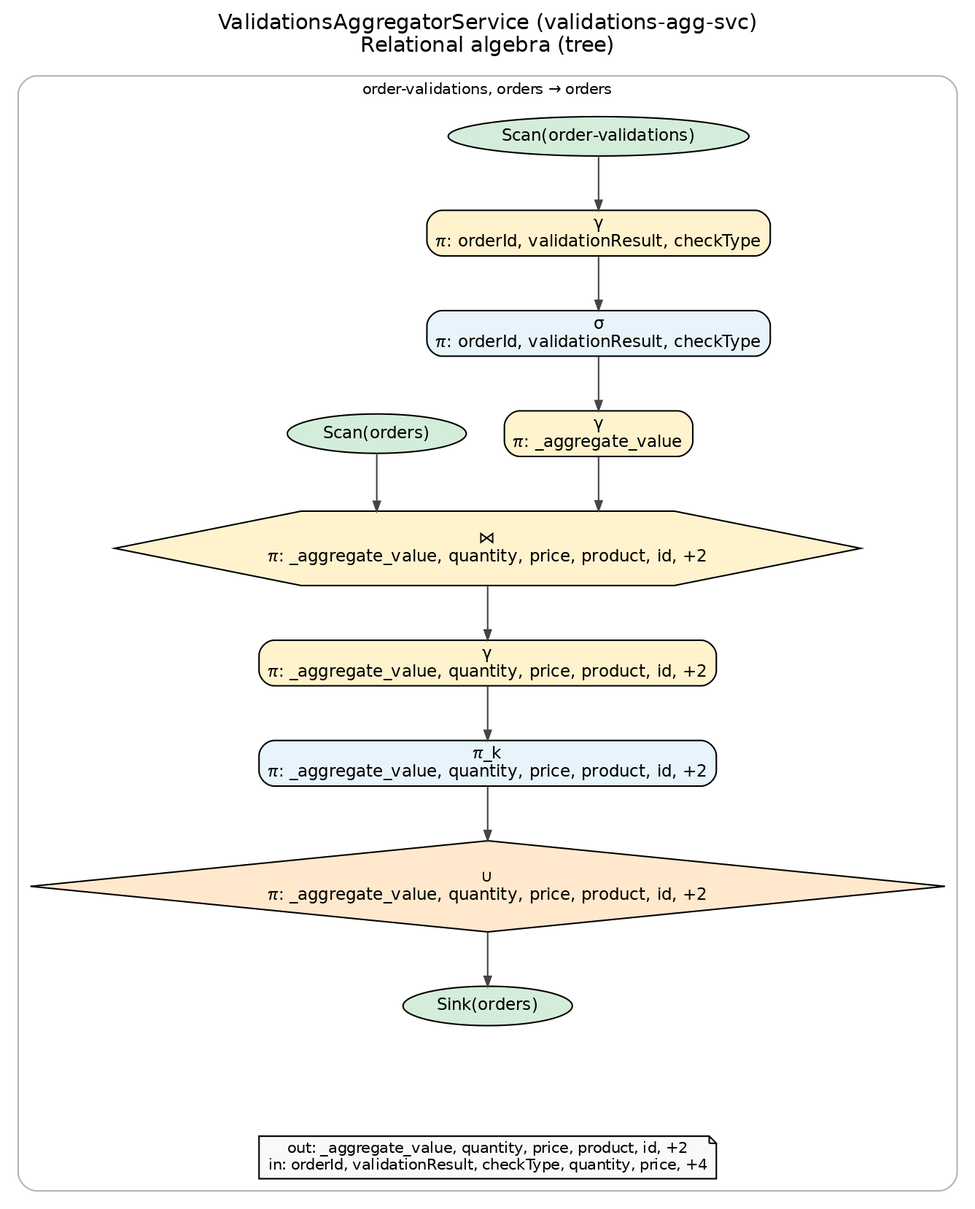
Above: docs/difc-ra-diagrams/validations-agg-svc-ra-flow.png in Coder2002-MSAdithya/kafka-streams-examples (Graphviz), before the change. Its source is kept beside it as docs/difc-ra-diagrams/validations-agg-svc-ra-flow.dot.
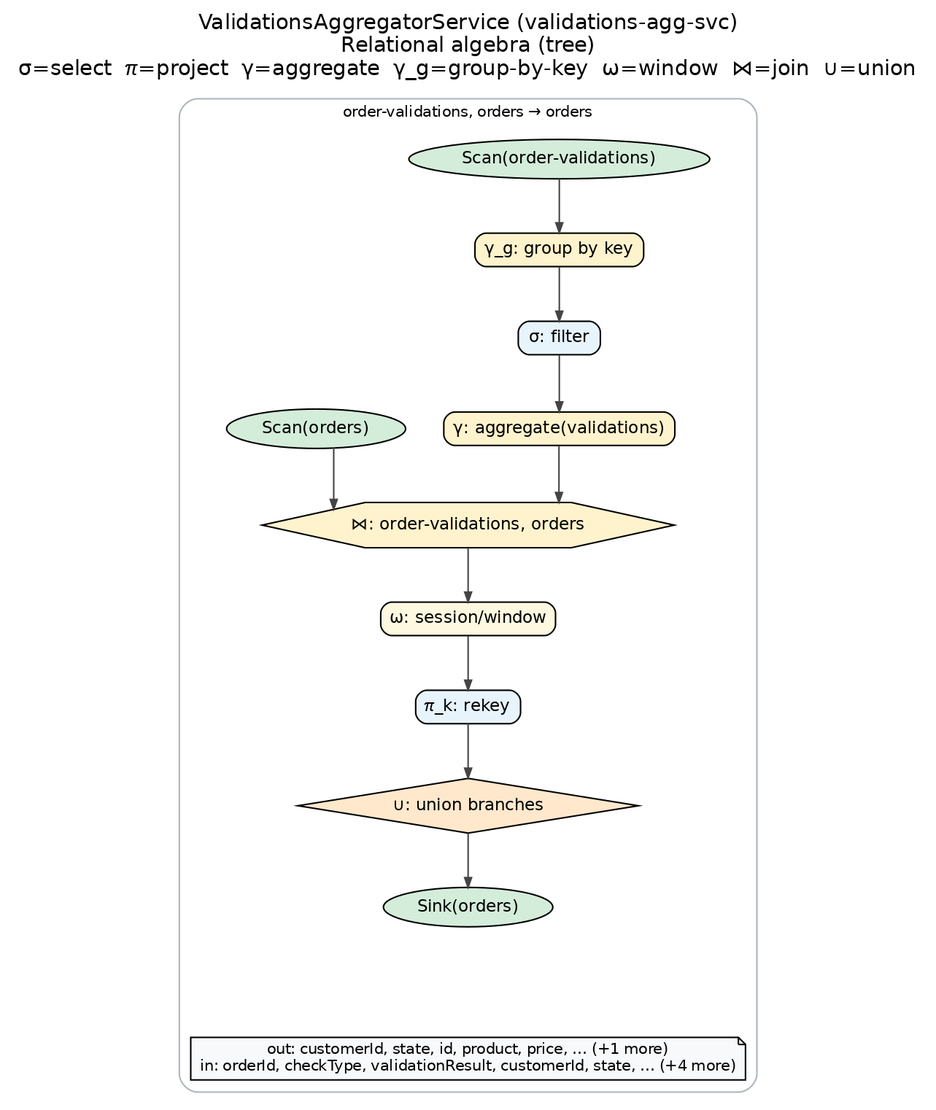
After the change.

The edit, as a diff of the source:
```diff
@@ -2,35 +2,35 @@
   graph [rankdir=TB, bgcolor="white", fontname="Helvetica", splines=ortho, nodesep=0.35, ranksep=0.5, ordering="out"];
   node [fontname="Helvetica", fontsize=11, style=filled, height=0.3, margin="0.08,0.04"];
   edge [fontname="Helvetica", color="#444444", arrowsize=0.65];
-  label="ValidationsAggregatorService (validations-agg-svc)\nRelational algebra (tree)";
+  label="ValidationsAggregatorService (validations-agg-svc)\nRelational algebra (tree)\nσ=select  π=project  γ=aggregate  γ_g=group-by-key  ω=window  ⋈=join  ∪=union";
   labelloc=t;
   fontsize=14;
   subgraph cluster_0 {
     label="order-validations, orders → orders"; style=rounded; color="#adb5bd"; fontsize=10;
-    r0t0 [label="Sink(orders)", shape=ellipse, style="filled", fillcolor="#d4edda"];
-    r0t1 [label="∪\nπ: _aggregate_value, quantity, price, product, id, +2", shape=diamond, style="filled", fillcolor="#ffe8cc"];
-    r0t2 [label="π_k\nπ: _aggregate_value, quantity, price, product, id, +2", shape=box, style="rounded,filled", fillcolor="#e8f4fc"];
-    r0t3 [label="γ\nπ: _aggregate_value, quantity, price, product, id, +2", shape=box, style="rounded,filled", fillcolor="#fff3cd"];
-    r0t4 [label="⋈\nπ: _aggregate_value, quantity, price, product, id, +2", shape=hexagon, style="filled", fillcolor="#fff3cd"];
-    r0t5 [label="γ\nπ: _aggregate_value", shape=box, style="rounded,filled", fillcolor="#fff3cd"];
-    r0t6 [label="σ\nπ: orderId, validationResult, checkType", shape=box, style="rounded,filled", fillcolor="#e8f4fc"];
-    r0t7 [label="γ\nπ: orderId, validationResult, checkType", shape=box, style="rounded,filled", fillcolor="#fff3cd"];
-    r0t8 [label="Scan(order-validations)", shape=ellipse, style="filled", fillcolor="#d4edda"];
-    r0t8 -> r0t7;
-    r0t7 -> r0t6;
-    r0t6 -> r0t5;
-    r0t5 -> r0t4;
-    r0t9 [label="Scan(orders)", shape=ellipse, style="filled", fillcolor="#d4edda"];
-    r0t9 -> r0t4;
-    { rank=same; r0t5; r0t9; }
-    r0t4 -> r0t3;
-    r0t3 -> r0t2;
-    r0t2 -> r0t1;
-    r0t1 -> r0t0;
+    p0_sink_orders [label="Sink(orders)", shape=ellipse, style="filled", fillcolor="#d4edda"];
+    p0_union_1 [label="∪: union branches", shape=diamond, style="filled", fillcolor="#ffe8cc"];
+    p0_rekey_selectkey_2 [label="π_k: rekey", shape=box, style="rounded,filled", fillcolor="#e8f4fc"];
+    p0_window_3 [label="ω: session/window", shape=box, style="rounded,filled", fillcolor="#fff8e1"];
+    p0_join_4 [label="⋈: order-validations, orders", shape=hexagon, style="filled", fillcolor="#fff3cd"];
+    p0_gamma_aggregate_5 [label="γ: aggregate(validations)", shape=box, style="rounded,filled", fillcolor="#fff3cd"];
+    p0_sigma_filter_6 [label="σ: filter", shape=box, style="rounded,filled", fillcolor="#e8f4fc"];
+    p0_group_groupbykey_7 [label="γ_g: group by key", shape=box, style="rounded,filled", fillcolor="#fff3cd"];
+    p0_scan_order_validations [label="Scan(order-validations)", shape=ellipse, style="filled", fillcolor="#d4edda"];
+    p0_scan_order_validations -> p0_group_groupbykey_7;
+    p0_group_groupbykey_7 -> p0_sigma_filter_6;
+    p0_sigma_filter_6 -> p0_gamma_aggregate_5;
+    p0_gamma_aggregate_5 -> p0_join_4;
+    p0_scan_orders [label="Scan(orders)", shape=ellipse, style="filled", fillcolor="#d4edda"];
+    p0_scan_orders -> p0_join_4;
+    { rank=same; p0_gamma_aggregate_5; p0_scan_orders; }
+    p0_join_4 -> p0_window_3;
+    p0_window_3 -> p0_rekey_selectkey_2;
+    p0_rekey_selectkey_2 -> p0_union_1;
+    p0_union_1 -> p0_sink_orders;
     r0anchor [style=invis, width=0, height=0, label=""];
-    r0t0 -> r0anchor [style=invis];
+    p0_sink_orders -> r0anchor [style=invis];
     r0anchor -> r0note [style=invis];
-    r0note [label="out: _aggregate_value, quantity, price, product, id, +2\nin: orderId, validationResult, checkType, quantity, price, +4", shape=note, fillcolor="#f8f9fa", fontsize=10];
+    r0note [label="out: customerId, state, id, product, price, … (+1 more)\nin: orderId, checkType, validationResult, customerId, state, … (+4 more)", shape=note, fillcolor="#f8f9fa", fontsize=10];
     { rank=max; r0note; }
   }
 }
```
